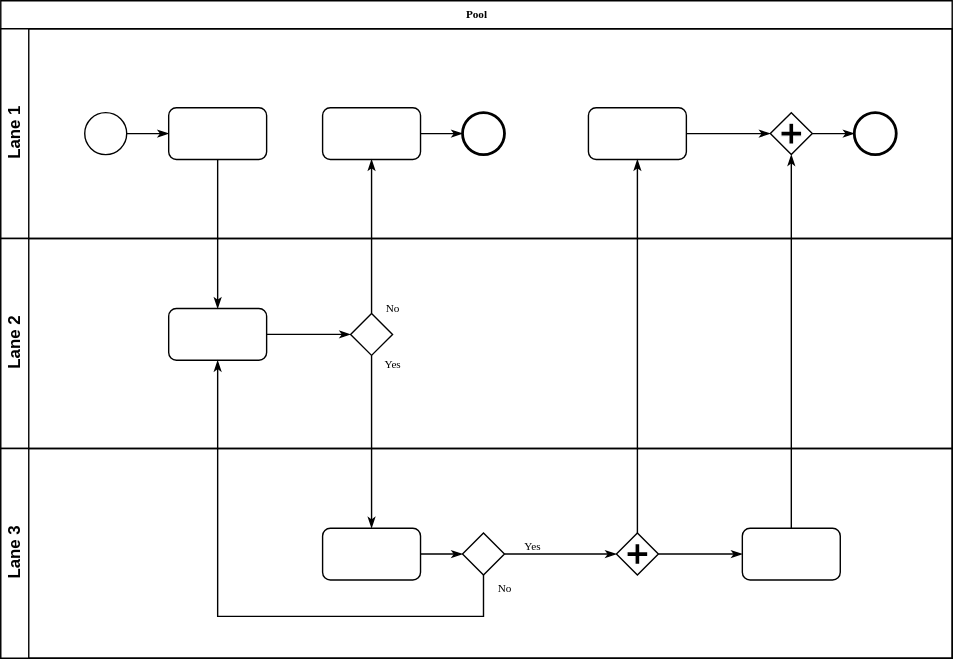
Above: Enterprise-Loyalty.drawio.svg in victormwenda/enterprise-loyalty (draw.io), before the change. Source tidied: cells renumbered, new cells last; positions are measured from the earlier drawing's top-left corner, leaving out a move shared by most shapes.
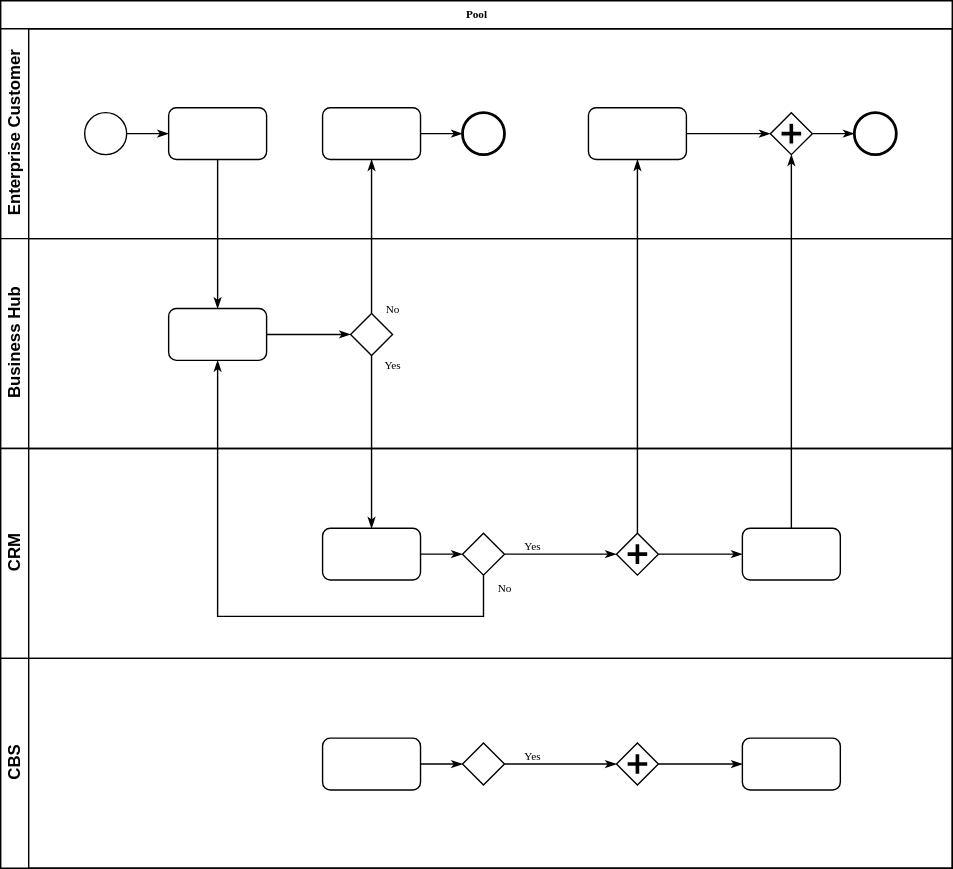
The same diagram one commit later.

What changed in the source:
```diff
@@ -3,9 +3,9 @@
     <mxCell id="0" />
     <mxCell id="1" parent="0" />
     <mxCell id="2" value="Pool" style="swimlane;html=1;horizontal=1;startSize=20;rounded=0;shadow=0;labelBackgroundColor=none;strokeWidth=1;fontFamily=Verdana;fontSize=8;align=center;" parent="1" vertex="1">
-      <mxGeometry width="680" height="470" as="geometry" />
+      <mxGeometry width="680" height="620" as="geometry" />
     </mxCell>
-    <mxCell id="3" value="Lane 1" style="swimlane;html=1;startSize=20;horizontal=0;" parent="2" vertex="1">
+    <mxCell id="3" value="Enterprise Customer" style="swimlane;html=1;startSize=20;horizontal=0;" parent="2" vertex="1">
       <mxGeometry y="20" width="680" height="150" as="geometry" />
     </mxCell>
     <mxCell id="4" style="edgeStyle=orthogonalEdgeStyle;rounded=0;html=1;labelBackgroundColor=none;startArrow=none;startFill=0;startSize=5;endArrow=classicThin;endFill=1;endSize=5;jettySize=auto;strokeWidth=1;fontFamily=Verdana;fontSize=8;" parent="3" edge="1" source="5" target="6">
@@ -41,7 +41,7 @@
     <mxCell id="14" style="ellipse;whiteSpace=wrap;html=1;rounded=0;shadow=0;labelBackgroundColor=none;strokeWidth=2;fontFamily=Verdana;fontSize=8;align=center;" parent="3" vertex="1">
       <mxGeometry x="610" y="60" width="30" height="30" as="geometry" />
     </mxCell>
-    <mxCell id="15" value="Lane 2" style="swimlane;html=1;startSize=20;horizontal=0;" parent="2" vertex="1">
+    <mxCell id="15" value="Business Hub" style="swimlane;html=1;startSize=20;horizontal=0;" parent="2" vertex="1">
       <mxGeometry y="170" width="680" height="150" as="geometry" />
     </mxCell>
     <mxCell id="16" style="edgeStyle=orthogonalEdgeStyle;rounded=0;html=1;labelBackgroundColor=none;startArrow=none;startFill=0;startSize=5;endArrow=classicThin;endFill=1;endSize=5;jettySize=auto;strokeWidth=1;fontFamily=Verdana;fontSize=8;" parent="15" edge="1" source="17" target="18">
@@ -53,7 +53,7 @@
     <mxCell id="18" style="strokeWidth=1;html=1;shape=mxgraph.flowchart.decision;whiteSpace=wrap;rounded=1;shadow=0;labelBackgroundColor=none;fontFamily=Verdana;fontSize=8;align=center;" parent="15" vertex="1">
       <mxGeometry x="250" y="53.5" width="30" height="30" as="geometry" />
     </mxCell>
-    <mxCell id="19" value="Lane 3" style="swimlane;html=1;startSize=20;horizontal=0;" parent="2" vertex="1">
+    <mxCell id="19" value="CRM" style="swimlane;html=1;startSize=20;horizontal=0;" parent="2" vertex="1">
       <mxGeometry y="320" width="680" height="150" as="geometry" />
     </mxCell>
     <mxCell id="20" style="edgeStyle=orthogonalEdgeStyle;rounded=0;html=1;labelBackgroundColor=none;startArrow=none;startFill=0;startSize=5;endArrow=classicThin;endFill=1;endSize=5;jettySize=auto;strokeWidth=1;fontFamily=Verdana;fontSize=8;" parent="19" edge="1" source="21" target="23">
@@ -100,5 +100,29 @@
     <mxCell id="32" style="edgeStyle=orthogonalEdgeStyle;rounded=0;html=1;labelBackgroundColor=none;startArrow=none;startFill=0;startSize=5;endArrow=classicThin;endFill=1;endSize=5;jettySize=auto;strokeWidth=1;fontFamily=Verdana;fontSize=8;" parent="2" edge="1" source="25" target="11">
       <mxGeometry relative="1" as="geometry" />
     </mxCell>
+    <mxCell id="33" value="CBS" style="swimlane;html=1;startSize=20;horizontal=0;" parent="2" vertex="1">
+      <mxGeometry y="470" width="680" height="150" as="geometry" />
+    </mxCell>
+    <mxCell id="34" style="edgeStyle=orthogonalEdgeStyle;rounded=0;html=1;labelBackgroundColor=none;startArrow=none;startFill=0;startSize=5;endArrow=classicThin;endFill=1;endSize=5;jettySize=auto;strokeWidth=1;fontFamily=Verdana;fontSize=8;" parent="33" edge="1" source="35" target="37">
+      <mxGeometry relative="1" as="geometry" />
+    </mxCell>
+    <mxCell id="35" style="rounded=1;whiteSpace=wrap;html=1;shadow=0;labelBackgroundColor=none;strokeWidth=1;fontFamily=Verdana;fontSize=8;align=center;" parent="33" vertex="1">
+      <mxGeometry x="230" y="57" width="70" height="37" as="geometry" />
+    </mxCell>
+    <mxCell id="36" value="Yes" style="edgeStyle=orthogonalEdgeStyle;rounded=0;html=1;entryX=0;entryY=0.5;labelBackgroundColor=none;startArrow=none;startFill=0;startSize=5;endArrow=classicThin;endFill=1;endSize=5;jettySize=auto;strokeWidth=1;fontFamily=Verdana;fontSize=8;" parent="33" edge="1" source="37" target="39">
+      <mxGeometry x="-0.5" y="6" relative="1" as="geometry" />
+    </mxCell>
+    <mxCell id="37" style="strokeWidth=1;html=1;shape=mxgraph.flowchart.decision;whiteSpace=wrap;rounded=1;shadow=0;labelBackgroundColor=none;fontFamily=Verdana;fontSize=8;align=center;" parent="33" vertex="1">
+      <mxGeometry x="330" y="60.5" width="30" height="30" as="geometry" />
+    </mxCell>
+    <mxCell id="38" style="edgeStyle=orthogonalEdgeStyle;rounded=0;html=1;labelBackgroundColor=none;startArrow=none;startFill=0;startSize=5;endArrow=classicThin;endFill=1;endSize=5;jettySize=auto;strokeColor=#000000;strokeWidth=1;fontFamily=Verdana;fontSize=8;fontColor=#000000;" parent="33" edge="1" source="39" target="40">
+      <mxGeometry relative="1" as="geometry" />
+    </mxCell>
+    <mxCell id="39" style="shape=mxgraph.bpmn.shape;html=1;verticalLabelPosition=bottom;labelBackgroundColor=#ffffff;verticalAlign=top;perimeter=rhombusPerimeter;background=gateway;outline=none;symbol=parallelGw;rounded=1;shadow=0;strokeWidth=1;fontFamily=Verdana;fontSize=8;align=center;" parent="33" vertex="1">
+      <mxGeometry x="440" y="60.5" width="30" height="30" as="geometry" />
+    </mxCell>
+    <mxCell id="40" style="rounded=1;whiteSpace=wrap;html=1;shadow=0;labelBackgroundColor=none;strokeWidth=1;fontFamily=Verdana;fontSize=8;align=center;" parent="33" vertex="1">
+      <mxGeometry x="530" y="57" width="70" height="37" as="geometry" />
+    </mxCell>
   </root>
 </mxGraphModel>
```
